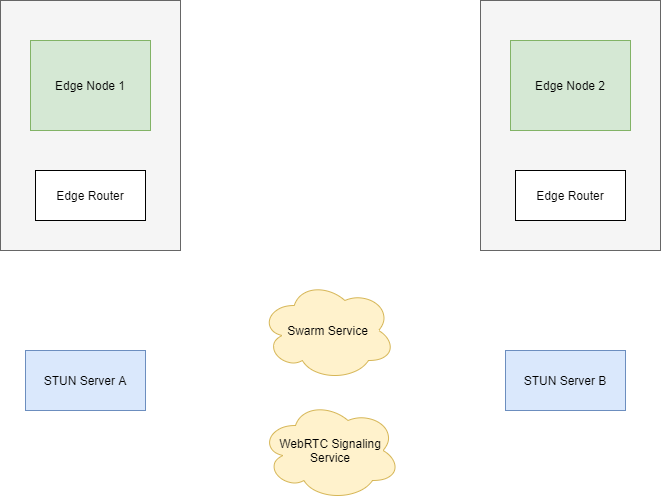
This is docs/content/diagrams/webrtc-connection-establishment.png from dxos/mesh, a draw.io export, as it was before one commit. Source tidied: cells renumbered, new cells last; positions are measured from the earlier drawing's top-left corner, leaving out a move shared by most shapes.
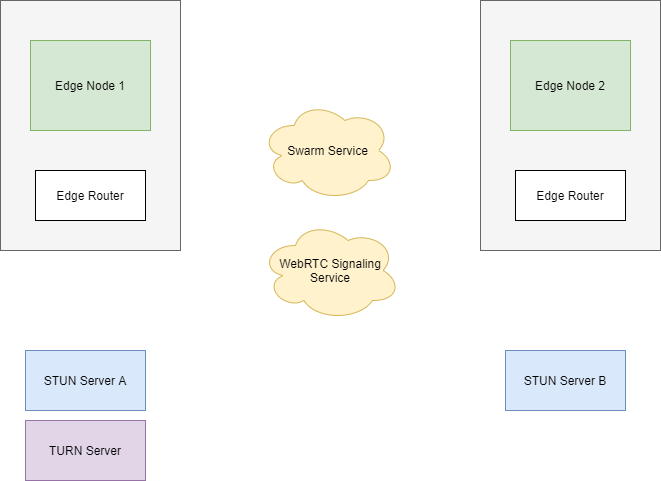
The same diagram one commit later.

What changed in the source:
```diff
@@ -18,10 +18,10 @@
       <mxGeometry x="25" y="350" width="120" height="60" as="geometry" />
     </mxCell>
     <mxCell id="7" value="Swarm Service" style="ellipse;shape=cloud;whiteSpace=wrap;html=1;fillColor=#fff2cc;strokeColor=#d6b656;" parent="1" vertex="1">
-      <mxGeometry x="260" y="280" width="135" height="100" as="geometry" />
+      <mxGeometry x="260" y="100" width="135" height="100" as="geometry" />
     </mxCell>
     <mxCell id="8" value="WebRTC Signaling Service" style="ellipse;shape=cloud;whiteSpace=wrap;html=1;fillColor=#fff2cc;strokeColor=#d6b656;" parent="1" vertex="1">
-      <mxGeometry x="260" y="400" width="140" height="100" as="geometry" />
+      <mxGeometry x="260" y="220" width="140" height="100" as="geometry" />
     </mxCell>
     <mxCell id="9" value="Edge Router" style="rounded=0;whiteSpace=wrap;html=1;" parent="1" vertex="1">
       <mxGeometry x="35" y="170" width="110" height="50" as="geometry" />
@@ -32,5 +32,8 @@
     <mxCell id="11" value="STUN Server B" style="rounded=0;whiteSpace=wrap;html=1;fillColor=#dae8fc;strokeColor=#6c8ebf;" parent="1" vertex="1">
       <mxGeometry x="505" y="350" width="120" height="60" as="geometry" />
     </mxCell>
+    <mxCell id="12" value="TURN Server" style="rounded=0;whiteSpace=wrap;html=1;fillColor=#e1d5e7;strokeColor=#9673a6;" parent="1" vertex="1">
+      <mxGeometry x="25" y="420" width="120" height="60" as="geometry" />
+    </mxCell>
   </root>
 </mxGraphModel>
```
